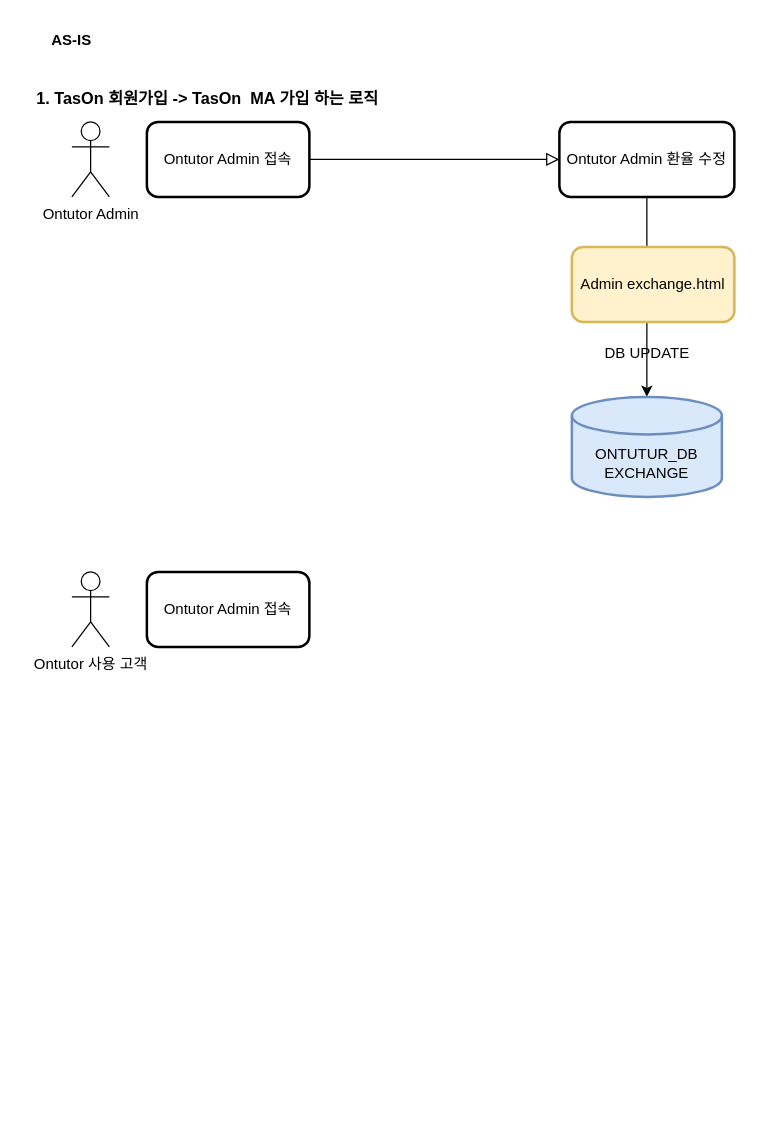
Before: 환율관련로직.drawio in jaero0725/draw_io, a draw.io diagram. Source tidied: cells renumbered, new cells numbered last; positions are measured from the earlier drawing's top-left corner, leaving out a move shared by most shapes. Both pictures are drawn from the tidied source at 125%, with x=0, y=0 at pixel (34, 21).
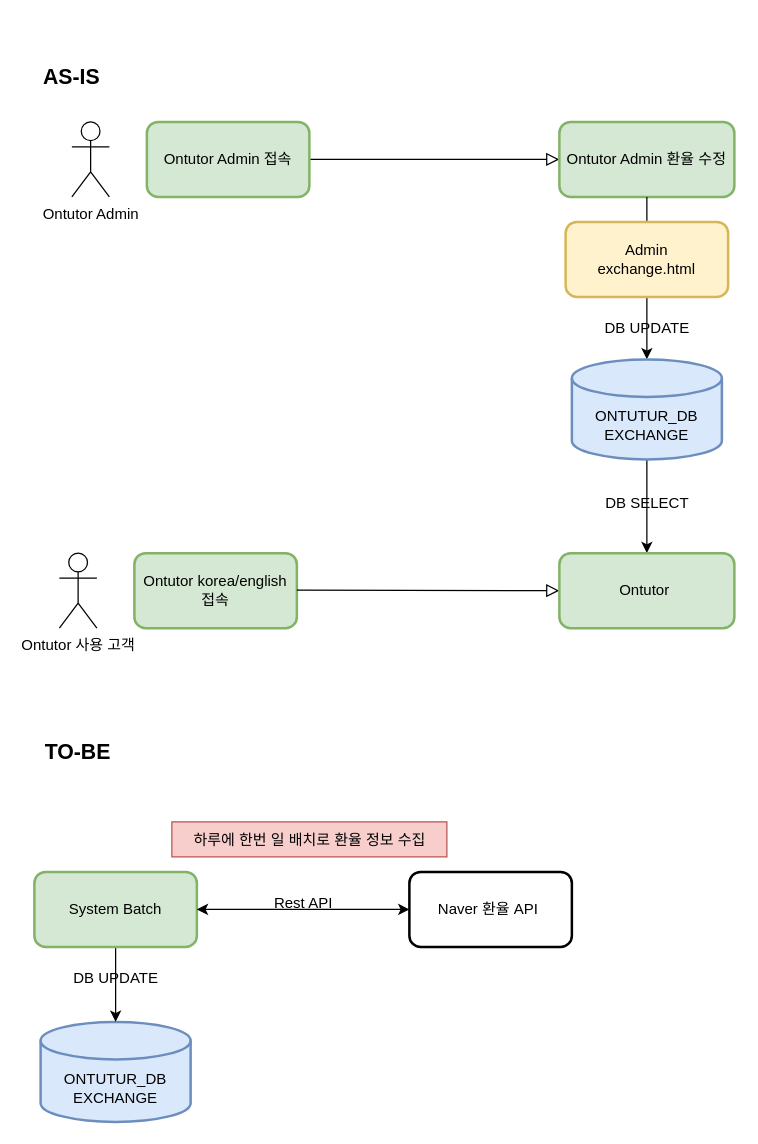
The same diagram, later.

Commit message (it also covers changes not shown here):
환율관련로직.drawio 업데이트

Diff of the diagram source:
```diff
@@
+    <mxCell id="14" style="rounded=0;whiteSpace=wrap;html=1;fillColor=#f8cecc;gradientColor=none;strokeColor=#b85450;" parent="1" vertex="1">
+      <mxGeometry x="110" y="640" width="220" height="28" as="geometry" />
+    </mxCell>
-    <mxCell id="2" value="AS-IS" style="text;strokeColor=none;align=center;fillColor=none;html=1;verticalAlign=middle;whiteSpace=wrap;rounded=0;fontStyle=1;" parent="1" vertex="1">
-      <mxGeometry width="60" height="30" as="geometry" />
+    <mxCell id="2" value="AS-IS" style="text;strokeColor=none;align=center;fillColor=none;html=1;verticalAlign=middle;whiteSpace=wrap;rounded=0;fontStyle=1;fontSize=17;" parent="1" vertex="1">
+      <mxGeometry y="30" width="60" height="30" as="geometry" />
     </mxCell>
@@
-    <mxCell id="5" value="Ontutor Admin 접속" style="rounded=1;whiteSpace=wrap;html=1;fontSize=12;glass=0;strokeWidth=2;shadow=0;labelBackgroundColor=none;" parent="1" vertex="1">
+    <mxCell id="5" value="Ontutor Admin 접속" style="rounded=1;whiteSpace=wrap;html=1;fontSize=12;glass=0;strokeWidth=2;shadow=0;labelBackgroundColor=none;fillColor=#d5e8d4;strokeColor=#82b366;" parent="1" vertex="1">
       <mxGeometry x="90" y="80" width="130" height="60" as="geometry" />
     </mxCell>
-    <mxCell id="6" value="Ontutor Admin 환율 수정" style="rounded=1;whiteSpace=wrap;html=1;fontSize=12;glass=0;strokeWidth=2;shadow=0;labelBackgroundColor=none;" parent="1" vertex="1">
+    <mxCell id="6" value="Ontutor Admin 환율 수정" style="rounded=1;whiteSpace=wrap;html=1;fontSize=12;glass=0;strokeWidth=2;shadow=0;labelBackgroundColor=none;fillColor=#d5e8d4;strokeColor=#82b366;" parent="1" vertex="1">
       <mxGeometry x="420" y="80" width="140" height="60" as="geometry" />
     </mxCell>
@@
+    <mxCell id="15" style="edgeStyle=orthogonalEdgeStyle;rounded=0;jettySize=auto;html=1;entryX=0.5;entryY=0;entryDx=0;entryDy=0;" parent="1" edge="1" source="8" target="17">
+      <mxGeometry relative="1" as="geometry" />
+    </mxCell>
     <mxCell id="8" value="ONTUTUR_DB&lt;br&gt;EXCHANGE" style="shape=cylinder3;whiteSpace=wrap;html=1;boundedLbl=1;backgroundOutline=1;size=15;strokeWidth=2;labelBackgroundColor=none;fillColor=#dae8fc;strokeColor=#6c8ebf;" parent="1" vertex="1">
-      <mxGeometry x="430" y="300" width="120" height="80" as="geometry" />
+      <mxGeometry x="430" y="270" width="120" height="80" as="geometry" />
     </mxCell>
-    <mxCell id="9" value="&lt;h2&gt;&lt;font style=&quot;font-size: 13px;&quot;&gt;1. TasOn 회원가입 -&amp;gt; TasOn&amp;nbsp; MA 가입 하는 로직&amp;nbsp;&lt;/font&gt;&lt;/h2&gt;" style="text;strokeColor=none;align=left;fillColor=none;html=1;verticalAlign=middle;whiteSpace=wrap;rounded=0;labelBackgroundColor=none;" parent="1" vertex="1">
-      <mxGeometry y="40" width="290" height="40" as="geometry" />
-    </mxCell>
-    <mxCell id="10" value="Admin exchange.html" style="rounded=1;whiteSpace=wrap;html=1;strokeWidth=2;labelBackgroundColor=none;fillColor=#fff2cc;strokeColor=#d6b656;" parent="1" vertex="1">
-      <mxGeometry x="430" y="180" width="130" height="60" as="geometry" />
+    <mxCell id="10" value="Admin &lt;br&gt;exchange.html" style="rounded=1;whiteSpace=wrap;html=1;strokeWidth=2;labelBackgroundColor=none;fillColor=#fff2cc;strokeColor=#d6b656;" parent="1" vertex="1">
+      <mxGeometry x="425" y="160" width="130" height="60" as="geometry" />
     </mxCell>
     <mxCell id="11" value="DB UPDATE" style="text;html=1;align=center;verticalAlign=middle;strokeColor=none;fillColor=none;" parent="1" vertex="1">
-      <mxGeometry x="445" y="250" width="90" height="30" as="geometry" />
+      <mxGeometry x="445" y="230" width="90" height="30" as="geometry" />
     </mxCell>
     <mxCell id="12" value="Ontutor 사용 고객" style="shape=umlActor;verticalLabelPosition=bottom;verticalAlign=top;html=1;labelBackgroundColor=none;" parent="1" vertex="1">
-      <mxGeometry x="30" y="440" width="30" height="60" as="geometry" />
+      <mxGeometry x="20" y="425" width="30" height="60" as="geometry" />
     </mxCell>
-    <mxCell id="13" value="Ontutor Admin 접속" style="rounded=1;whiteSpace=wrap;html=1;fontSize=12;glass=0;strokeWidth=2;shadow=0;labelBackgroundColor=none;" parent="1" vertex="1">
-      <mxGeometry x="90" y="440" width="130" height="60" as="geometry" />
+    <mxCell id="13" value="Ontutor korea/english&lt;br&gt;접속" style="rounded=1;whiteSpace=wrap;html=1;fontSize=12;glass=0;strokeWidth=2;shadow=0;labelBackgroundColor=none;fillColor=#d5e8d4;strokeColor=#82b366;" parent="1" vertex="1">
+      <mxGeometry x="80" y="425" width="130" height="60" as="geometry" />
     </mxCell>
+    <mxCell id="16" style="rounded=0;html=1;jettySize=auto;fontSize=11;endArrow=block;endFill=0;endSize=8;strokeWidth=1;shadow=0;labelBackgroundColor=none;edgeStyle=orthogonalEdgeStyle;fontColor=default;entryX=0;entryY=0.5;entryDx=0;entryDy=0;exitX=1;exitY=0.5;exitDx=0;exitDy=0;" parent="1" edge="1" target="17">
+      <mxGeometry relative="1" as="geometry">
+        <mxPoint x="210" y="454.5" as="sourcePoint" />
+      </mxGeometry>
+    </mxCell>
+    <mxCell id="17" value="Ontutor&amp;nbsp;" style="rounded=1;whiteSpace=wrap;html=1;fontSize=12;glass=0;strokeWidth=2;shadow=0;labelBackgroundColor=none;fillColor=#d5e8d4;strokeColor=#82b366;" parent="1" vertex="1">
+      <mxGeometry x="420" y="425" width="140" height="60" as="geometry" />
+    </mxCell>
+    <mxCell id="18" value="TO-BE" style="text;strokeColor=none;align=center;fillColor=none;html=1;verticalAlign=middle;whiteSpace=wrap;rounded=0;fontStyle=1;fontSize=17;" parent="1" vertex="1">
+      <mxGeometry x="5" y="570" width="60" height="30" as="geometry" />
+    </mxCell>
+    <mxCell id="19" value="DB SELECT" style="text;html=1;align=center;verticalAlign=middle;strokeColor=none;fillColor=none;" parent="1" vertex="1">
+      <mxGeometry x="445" y="370" width="90" height="30" as="geometry" />
+    </mxCell>
+    <mxCell id="20" value="ONTUTUR_DB&lt;br&gt;EXCHANGE" style="shape=cylinder3;whiteSpace=wrap;html=1;boundedLbl=1;backgroundOutline=1;size=15;strokeWidth=2;labelBackgroundColor=none;fillColor=#dae8fc;strokeColor=#6c8ebf;" parent="1" vertex="1">
+      <mxGeometry x="5" y="800" width="120" height="80" as="geometry" />
+    </mxCell>
+    <mxCell id="21" style="edgeStyle=orthogonalEdgeStyle;rounded=0;jettySize=auto;html=1;" parent="1" edge="1" source="22" target="20">
+      <mxGeometry relative="1" as="geometry" />
+    </mxCell>
+    <mxCell id="22" value="System Batch" style="rounded=1;whiteSpace=wrap;html=1;fontSize=12;glass=0;strokeWidth=2;shadow=0;labelBackgroundColor=none;fillColor=#d5e8d4;strokeColor=#82b366;" parent="1" vertex="1">
+      <mxGeometry y="680" width="130" height="60" as="geometry" />
+    </mxCell>
+    <mxCell id="23" value="Naver 환율 API&amp;nbsp;" style="rounded=1;whiteSpace=wrap;html=1;fontSize=12;glass=0;strokeWidth=2;shadow=0;labelBackgroundColor=none;" parent="1" vertex="1">
+      <mxGeometry x="300" y="680" width="130" height="60" as="geometry" />
+    </mxCell>
+    <mxCell id="24" style="endArrow=classic;startArrow=classic;html=1;rounded=0;entryX=0;entryY=0.5;entryDx=0;entryDy=0;" parent="1" edge="1" target="23">
+      <mxGeometry relative="1" as="geometry">
+        <mxPoint x="130" y="710" as="sourcePoint" />
+      </mxGeometry>
+    </mxCell>
+    <mxCell id="25" value="하루에 한번 일 배치로 환율 정보 수집" style="text;html=1;align=center;verticalAlign=middle;strokeColor=none;fillColor=none;" parent="1" vertex="1">
+      <mxGeometry x="110" y="640" width="220" height="30" as="geometry" />
+    </mxCell>
+    <mxCell id="26" value="Rest API" style="text;html=1;align=center;verticalAlign=middle;strokeColor=none;fillColor=none;" parent="1" vertex="1">
+      <mxGeometry x="180" y="690" width="70" height="30" as="geometry" />
+    </mxCell>
+    <mxCell id="27" value="DB UPDATE" style="text;html=1;align=center;verticalAlign=middle;strokeColor=none;fillColor=none;" parent="1" vertex="1">
+      <mxGeometry x="20" y="750" width="90" height="30" as="geometry" />
+    </mxCell>
```
